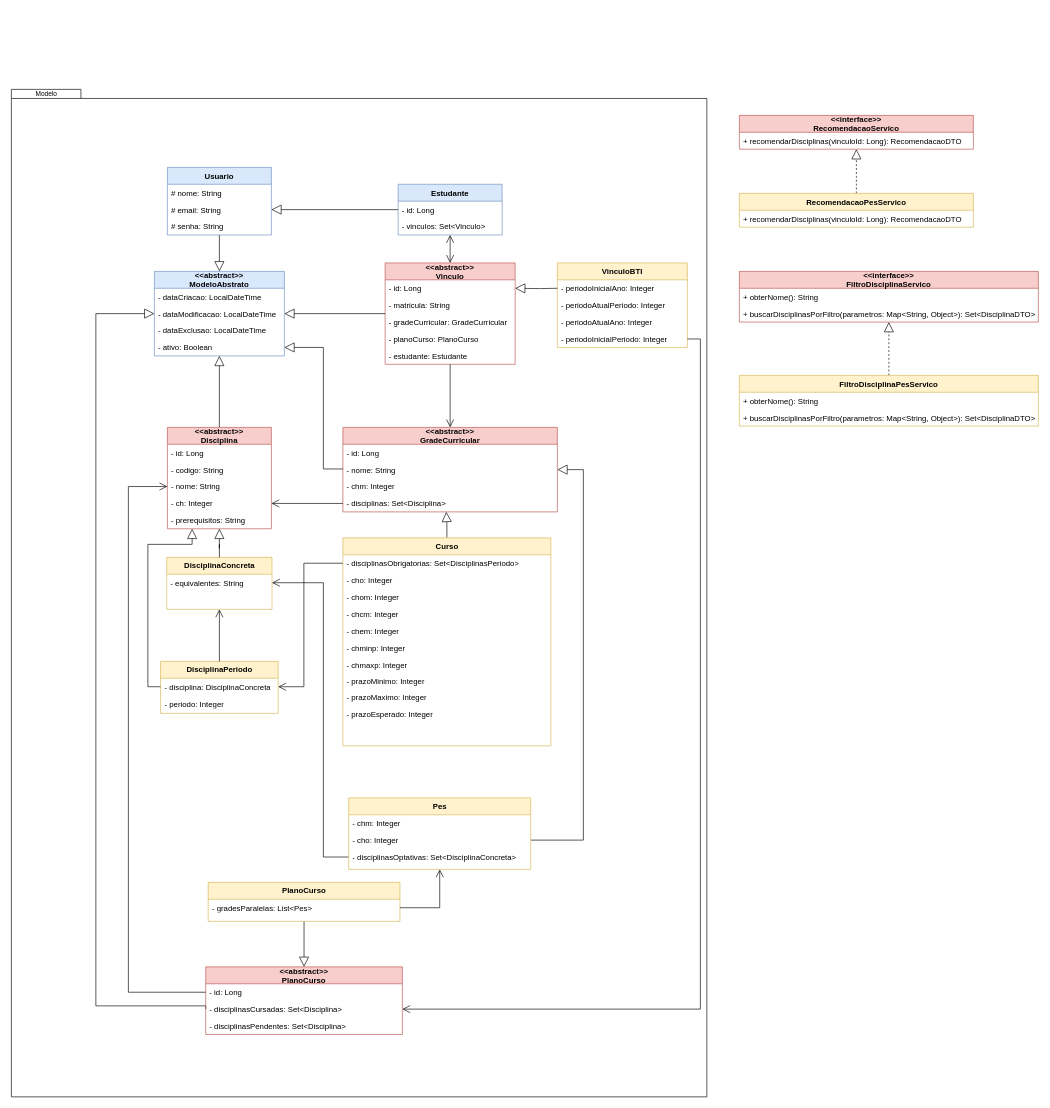
arturo32/PODE keeps this draw.io diagram as page "Modelo (app 1)" (3 of 8) of planejamento/modelagem/Temp.drawio. Above is the earlier version. Source tidied: cells renumbered, new cells numbered last; positions are measured from the earlier drawing's top-left corner, leaving out a move shared by most shapes. Both pictures are drawn from the tidied source at 65%, with x=0, y=0 at pixel (11, 11).
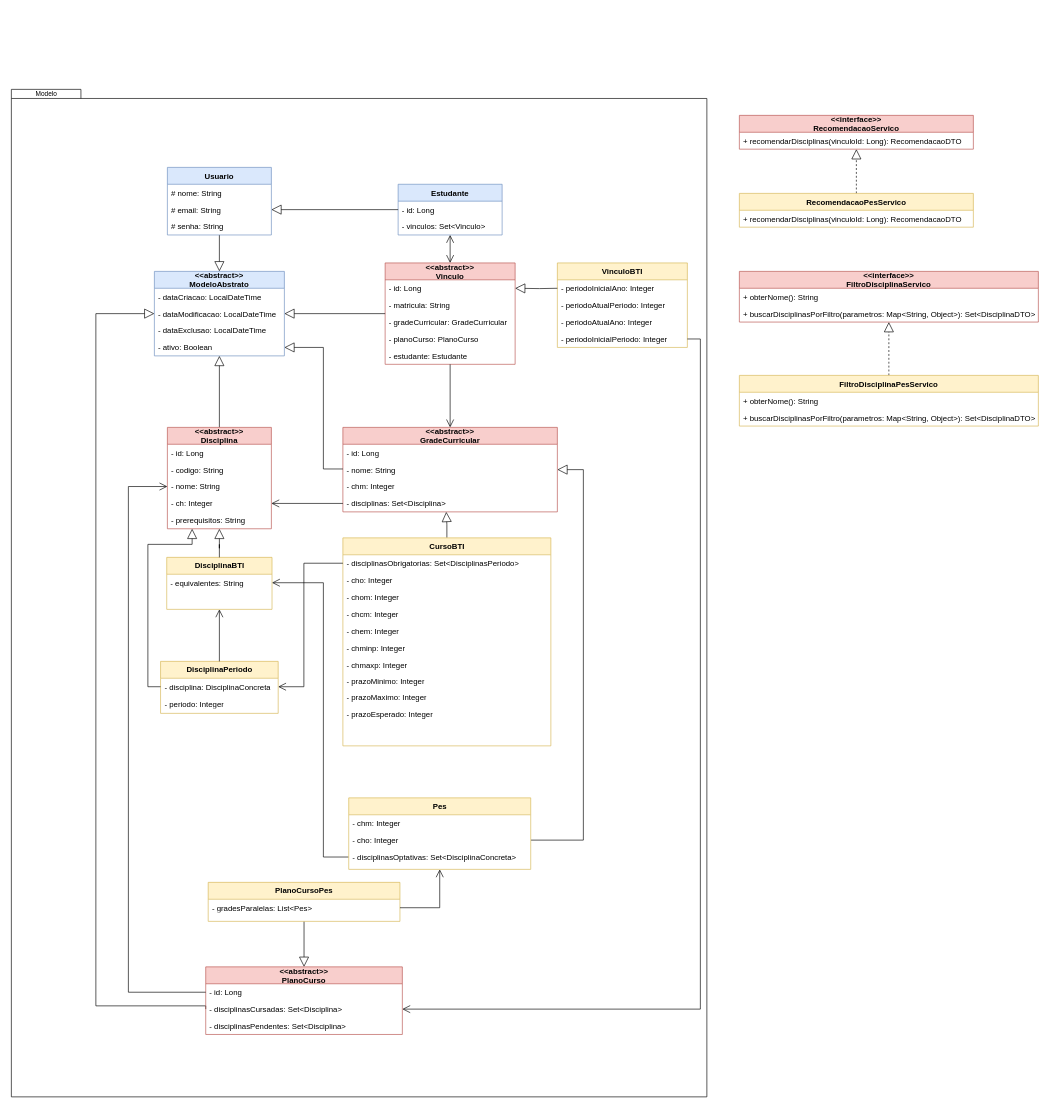
Above is the later version.

Unchanged cells that the change refers to:
```xml
<mxCell id="2" style="group;" parent="1" vertex="1">
  <mxGeometry x="10" width="1090" height="1670" as="geometry" />
</mxCell>
```

Diff of the diagram source:
```diff
@@
-    <mxCell id="19" value="&lt;div style=&quot;font-size: 12px&quot;&gt;&lt;span&gt;DisciplinaConcreta&lt;/span&gt;&lt;/div&gt;" style="swimlane;html=1;fontStyle=1;horizontal=1;startSize=26;fillColor=#fff2cc;swimlaneFillColor=#ffffff;rounded=0;shadow=0;comic=0;labelBackgroundColor=none;strokeWidth=1;fontFamily=Helvetica;fontSize=10;align=center;strokeColor=#d6b656;" parent="2" vertex="1">
+    <mxCell id="19" value="&lt;div style=&quot;font-size: 12px&quot;&gt;&lt;span&gt;DisciplinaBTI&lt;/span&gt;&lt;/div&gt;" style="swimlane;html=1;fontStyle=1;horizontal=1;startSize=26;fillColor=#fff2cc;swimlaneFillColor=#ffffff;rounded=0;shadow=0;comic=0;labelBackgroundColor=none;strokeWidth=1;fontFamily=Helvetica;fontSize=10;align=center;strokeColor=#d6b656;" parent="2" vertex="1">
       <mxGeometry x="229" y="840" width="162" height="80" as="geometry" />
     </mxCell>
@@
-    <mxCell id="62" value="Curso" style="swimlane;html=1;fontStyle=1;horizontal=1;startSize=26;fillColor=#fff2cc;swimlaneFillColor=#ffffff;rounded=0;shadow=0;comic=0;labelBackgroundColor=none;strokeWidth=1;fontFamily=Helvetica;fontSize=12;align=center;strokeColor=#d6b656;" parent="1" vertex="1">
+    <mxCell id="62" value="Curso&lt;span&gt;BTI&lt;/span&gt;" style="swimlane;html=1;fontStyle=1;horizontal=1;startSize=26;fillColor=#fff2cc;swimlaneFillColor=#ffffff;rounded=0;shadow=0;comic=0;labelBackgroundColor=none;strokeWidth=1;fontFamily=Helvetica;fontSize=12;align=center;strokeColor=#d6b656;" parent="1" vertex="1">
       <mxGeometry x="510" y="810" width="320" height="320" as="geometry" />
     </mxCell>
@@
-    <mxCell id="76" value="&lt;div style=&quot;font-size: 12px&quot;&gt;&lt;span&gt;PlanoCurso&lt;/span&gt;&lt;/div&gt;" style="swimlane;html=1;fontStyle=1;horizontal=1;startSize=26;fillColor=#fff2cc;swimlaneFillColor=#ffffff;rounded=0;shadow=0;comic=0;labelBackgroundColor=none;strokeWidth=1;fontFamily=Helvetica;fontSize=10;align=center;strokeColor=#d6b656;" parent="1" vertex="1">
+    <mxCell id="76" value="&lt;div style=&quot;font-size: 12px&quot;&gt;&lt;span&gt;PlanoCursoPes&lt;/span&gt;&lt;/div&gt;" style="swimlane;html=1;fontStyle=1;horizontal=1;startSize=26;fillColor=#fff2cc;swimlaneFillColor=#ffffff;rounded=0;shadow=0;comic=0;labelBackgroundColor=none;strokeWidth=1;fontFamily=Helvetica;fontSize=10;align=center;strokeColor=#d6b656;" parent="1" vertex="1">
       <mxGeometry x="302.8" y="1340" width="295" height="60" as="geometry" />
     </mxCell>
```
